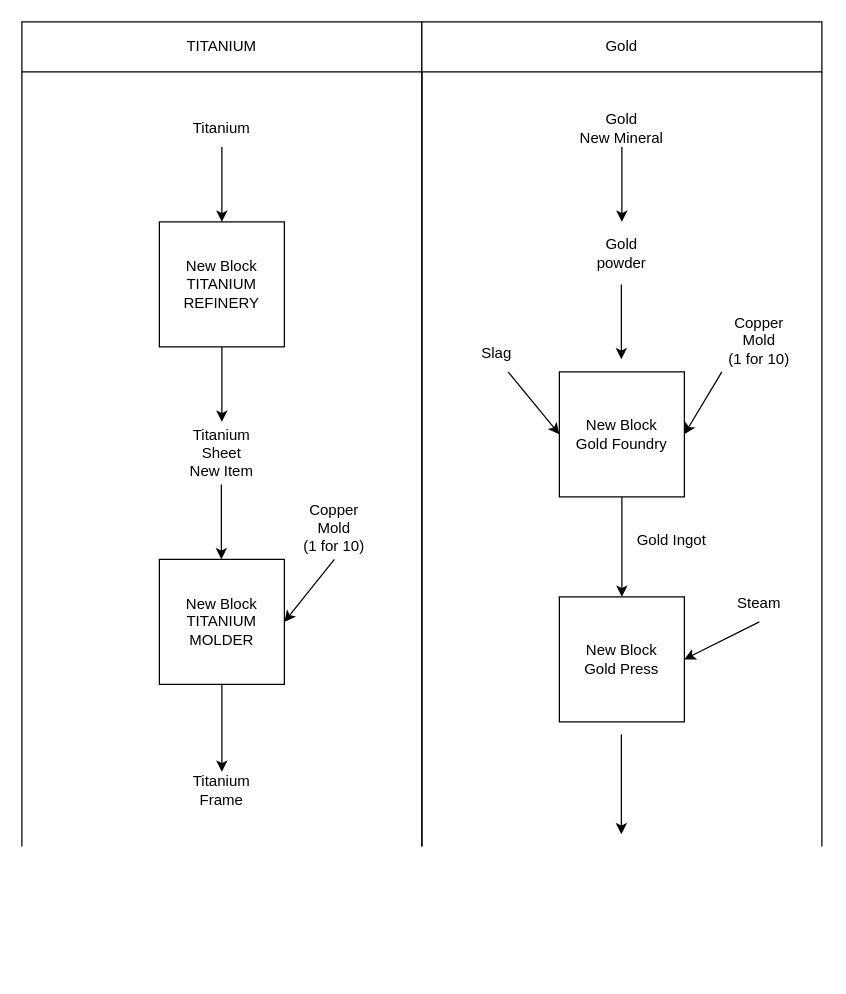
Earlier version of the draw.io diagram mindustrymod.drawio (swisscookieman/MindustryMod). Source tidied: cells renumbered, new cells numbered last; positions are measured from the earlier drawing's top-left corner, leaving out a move shared by most shapes. Both pictures are drawn from the tidied source at 125%, with x=0, y=0 at pixel (21, 21).
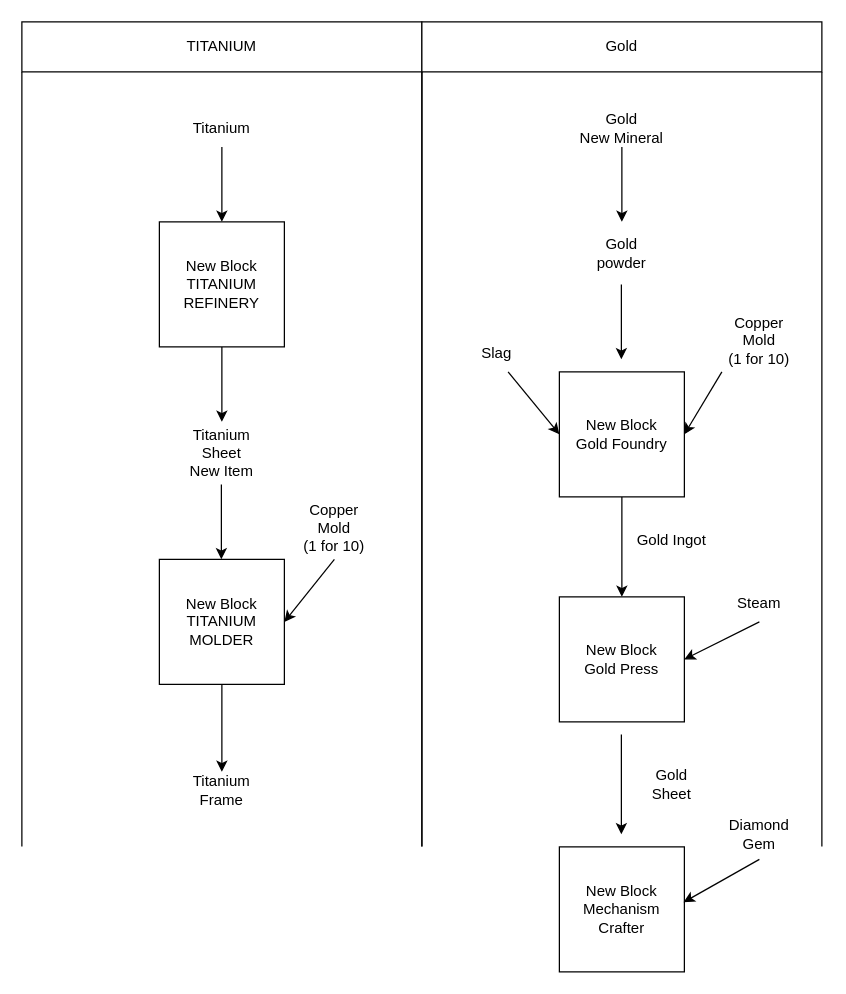
The same page after the edit.

Diff of the diagram source:
```diff
@@
+    <mxCell id="34" value="Gold Sheet" style="text;html=1;strokeColor=none;fillColor=none;align=center;verticalAlign=middle;whiteSpace=wrap;rounded=0;" parent="1" vertex="1">
+      <mxGeometry x="490" y="600" width="60" height="20" as="geometry" />
+    </mxCell>
+    <mxCell id="35" value="New Block&lt;br&gt;Mechanism Crafter" style="whiteSpace=wrap;html=1;direction=south;" parent="1" vertex="1">
+      <mxGeometry x="430" y="660" width="100" height="100" as="geometry" />
+    </mxCell>
+    <mxCell id="36" value="Diamond Gem" style="text;html=1;strokeColor=none;fillColor=none;align=center;verticalAlign=middle;whiteSpace=wrap;rounded=0;" parent="1" vertex="1">
+      <mxGeometry x="560" y="640" width="60" height="20" as="geometry" />
+    </mxCell>
+    <mxCell id="37" style="endArrow=classic;html=1;entryX=0.443;entryY=0.007;entryDx=0;entryDy=0;entryPerimeter=0;" parent="1" edge="1" target="35">
+      <mxGeometry relative="1" as="geometry">
+        <mxPoint x="590" y="670" as="sourcePoint" />
+      </mxGeometry>
+    </mxCell>
```
